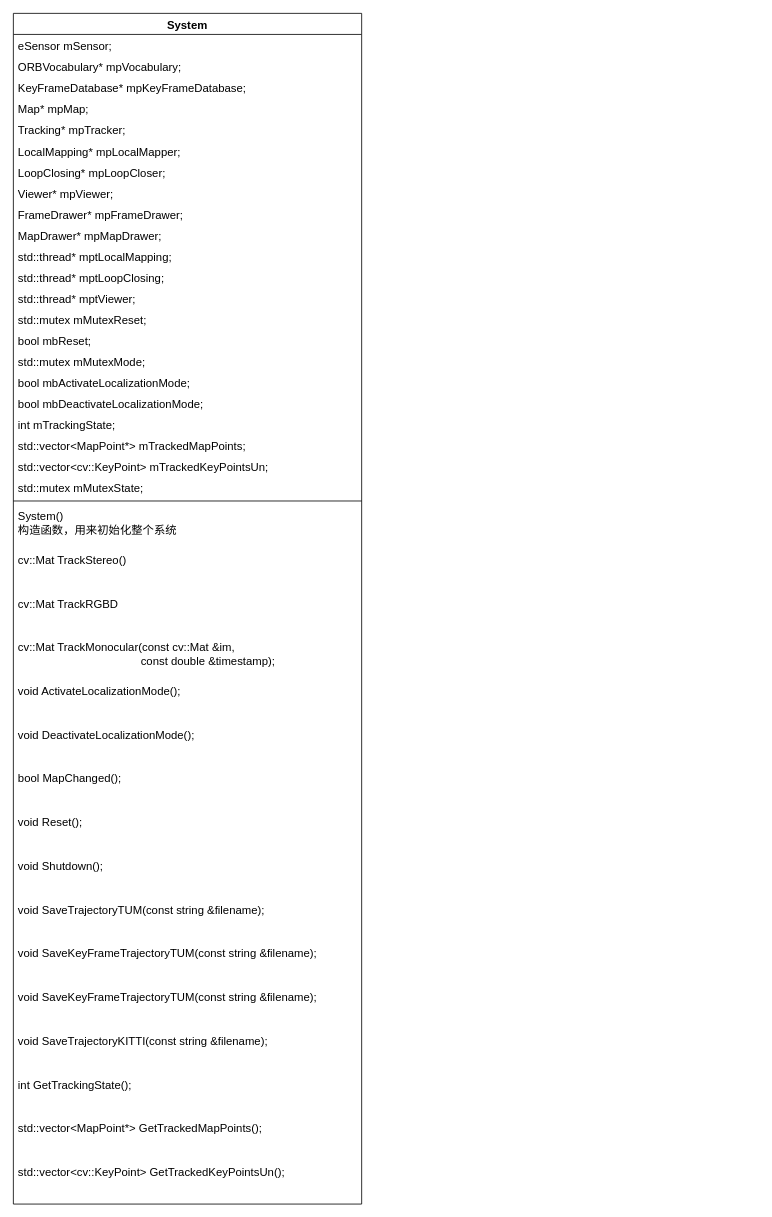
Above: page "类图" (2 of 3) of ORBSLAM2.drawio in liang-jinli/ORB_SLAM2_detailed_comments (draw.io), before the change. Source tidied: cells renumbered, new cells numbered last; positions are measured from the earlier drawing's top-left corner, leaving out a move shared by most shapes. Both pictures are drawn from the tidied source at 81%, with x=0, y=0 at pixel (13, 13).
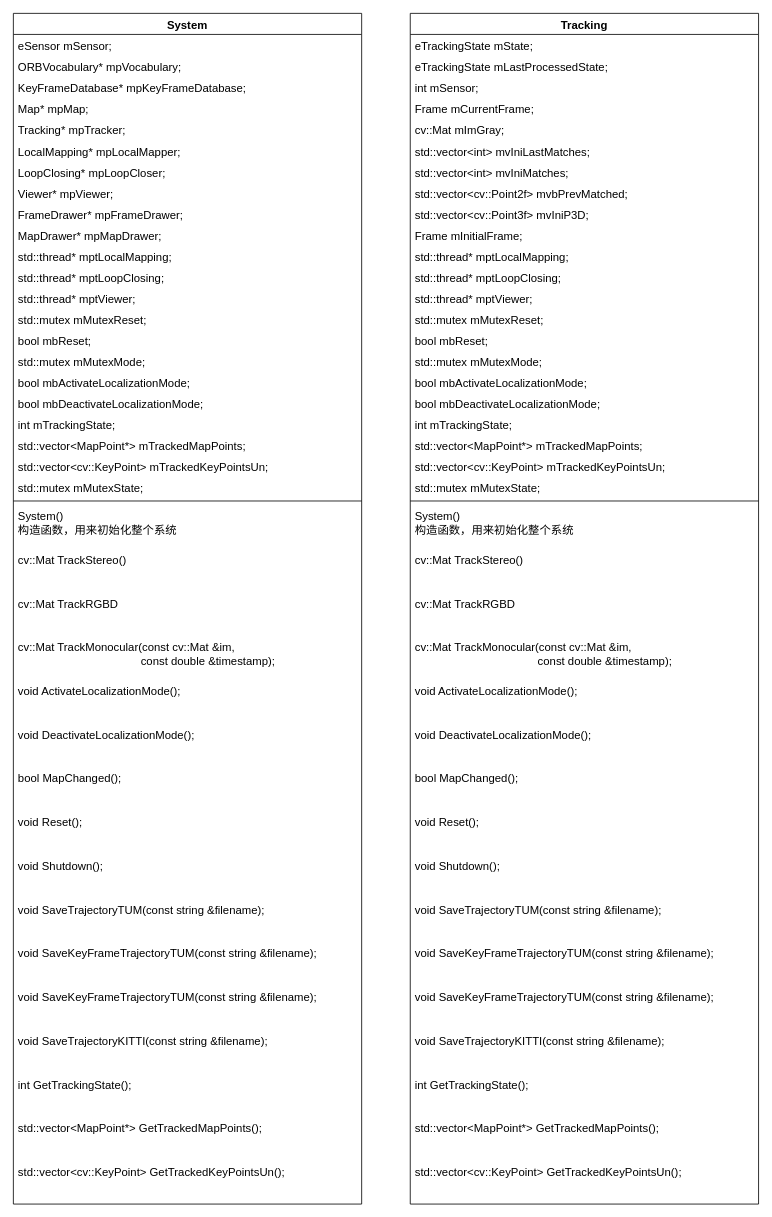
Above is the later version.

Commit message (it also covers changes not shown here):
study in Frame construct,include ORB

Change to the diagram source:
```diff
@@
+    <mxCell id="42" value="Tracking" style="swimlane;fontStyle=1;align=center;verticalAlign=top;horizontal=1;startSize=26;fontSize=14;" parent="1" vertex="1">
+      <mxGeometry x="490" width="430" height="1470" as="geometry" />
+    </mxCell>
+    <mxCell id="43" value="eTrackingState mState;" style="text;strokeColor=none;fillColor=none;align=left;verticalAlign=top;spacingLeft=4;spacingRight=4;overflow=hidden;fontSize=14;" parent="42" vertex="1">
+      <mxGeometry y="26" width="430" height="26" as="geometry" />
+    </mxCell>
+    <mxCell id="44" value="eTrackingState mLastProcessedState;" style="text;strokeColor=none;fillColor=none;align=left;verticalAlign=top;spacingLeft=4;spacingRight=4;overflow=hidden;fontSize=14;" parent="42" vertex="1">
+      <mxGeometry y="52" width="430" height="26" as="geometry" />
+    </mxCell>
+    <mxCell id="45" value="int mSensor;" style="text;strokeColor=none;fillColor=none;align=left;verticalAlign=top;spacingLeft=4;spacingRight=4;overflow=hidden;fontSize=14;" parent="42" vertex="1">
+      <mxGeometry y="78" width="430" height="26" as="geometry" />
+    </mxCell>
+    <mxCell id="46" value="Frame mCurrentFrame;" style="text;strokeColor=none;fillColor=none;align=left;verticalAlign=top;spacingLeft=4;spacingRight=4;overflow=hidden;fontSize=14;" parent="42" vertex="1">
+      <mxGeometry y="104" width="430" height="26" as="geometry" />
+    </mxCell>
+    <mxCell id="47" value="cv::Mat mImGray;" style="text;strokeColor=none;fillColor=none;align=left;verticalAlign=top;spacingLeft=4;spacingRight=4;overflow=hidden;fontSize=14;" parent="42" vertex="1">
+      <mxGeometry y="130" width="430" height="26" as="geometry" />
+    </mxCell>
+    <mxCell id="48" value="std::vector&lt;int&gt; mvIniLastMatches;" style="text;strokeColor=none;fillColor=none;align=left;verticalAlign=top;spacingLeft=4;spacingRight=4;overflow=hidden;fontSize=14;" parent="42" vertex="1">
+      <mxGeometry y="156" width="430" height="26" as="geometry" />
+    </mxCell>
+    <mxCell id="49" value="std::vector&lt;int&gt; mvIniMatches;" style="text;strokeColor=none;fillColor=none;align=left;verticalAlign=top;spacingLeft=4;spacingRight=4;overflow=hidden;fontSize=14;" parent="42" vertex="1">
+      <mxGeometry y="182" width="430" height="26" as="geometry" />
+    </mxCell>
+    <mxCell id="50" value="std::vector&lt;cv::Point2f&gt; mvbPrevMatched;" style="text;strokeColor=none;fillColor=none;align=left;verticalAlign=top;spacingLeft=4;spacingRight=4;overflow=hidden;fontSize=14;" parent="42" vertex="1">
+      <mxGeometry y="208" width="430" height="26" as="geometry" />
+    </mxCell>
+    <mxCell id="51" value="std::vector&lt;cv::Point3f&gt; mvIniP3D;" style="text;strokeColor=none;fillColor=none;align=left;verticalAlign=top;spacingLeft=4;spacingRight=4;overflow=hidden;fontSize=14;" parent="42" vertex="1">
+      <mxGeometry y="234" width="430" height="26" as="geometry" />
+    </mxCell>
+    <mxCell id="52" value="Frame mInitialFrame;" style="text;strokeColor=none;fillColor=none;align=left;verticalAlign=top;spacingLeft=4;spacingRight=4;overflow=hidden;fontSize=14;" parent="42" vertex="1">
+      <mxGeometry y="260" width="430" height="26" as="geometry" />
+    </mxCell>
+    <mxCell id="53" value="std::thread* mptLocalMapping;" style="text;strokeColor=none;fillColor=none;align=left;verticalAlign=top;spacingLeft=4;spacingRight=4;overflow=hidden;fontSize=14;" parent="42" vertex="1">
+      <mxGeometry y="286" width="430" height="26" as="geometry" />
+    </mxCell>
+    <mxCell id="54" value="std::thread* mptLoopClosing;" style="text;strokeColor=none;fillColor=none;align=left;verticalAlign=top;spacingLeft=4;spacingRight=4;overflow=hidden;fontSize=14;" parent="42" vertex="1">
+      <mxGeometry y="312" width="430" height="26" as="geometry" />
+    </mxCell>
+    <mxCell id="55" value="std::thread* mptViewer;" style="text;strokeColor=none;fillColor=none;align=left;verticalAlign=top;spacingLeft=4;spacingRight=4;overflow=hidden;fontSize=14;" parent="42" vertex="1">
+      <mxGeometry y="338" width="430" height="26" as="geometry" />
+    </mxCell>
+    <mxCell id="56" value="std::mutex mMutexReset;" style="text;strokeColor=none;fillColor=none;align=left;verticalAlign=top;spacingLeft=4;spacingRight=4;overflow=hidden;fontSize=14;" parent="42" vertex="1">
+      <mxGeometry y="364" width="430" height="26" as="geometry" />
+    </mxCell>
+    <mxCell id="57" value="bool mbReset;" style="text;strokeColor=none;fillColor=none;align=left;verticalAlign=top;spacingLeft=4;spacingRight=4;overflow=hidden;fontSize=14;" parent="42" vertex="1">
+      <mxGeometry y="390" width="430" height="26" as="geometry" />
+    </mxCell>
+    <mxCell id="58" value="std::mutex mMutexMode;" style="text;strokeColor=none;fillColor=none;align=left;verticalAlign=top;spacingLeft=4;spacingRight=4;overflow=hidden;fontSize=14;" parent="42" vertex="1">
+      <mxGeometry y="416" width="430" height="26" as="geometry" />
+    </mxCell>
+    <mxCell id="59" value="bool mbActivateLocalizationMode;" style="text;strokeColor=none;fillColor=none;align=left;verticalAlign=top;spacingLeft=4;spacingRight=4;overflow=hidden;fontSize=14;" parent="42" vertex="1">
+      <mxGeometry y="442" width="430" height="26" as="geometry" />
+    </mxCell>
+    <mxCell id="60" value="bool mbDeactivateLocalizationMode;&#10;" style="text;strokeColor=none;fillColor=none;align=left;verticalAlign=top;spacingLeft=4;spacingRight=4;overflow=hidden;fontSize=14;" parent="42" vertex="1">
+      <mxGeometry y="468" width="430" height="26" as="geometry" />
+    </mxCell>
+    <mxCell id="61" value="int mTrackingState;" style="text;strokeColor=none;fillColor=none;align=left;verticalAlign=top;spacingLeft=4;spacingRight=4;overflow=hidden;fontSize=14;" parent="42" vertex="1">
+      <mxGeometry y="494" width="430" height="26" as="geometry" />
+    </mxCell>
+    <mxCell id="62" value="std::vector&lt;MapPoint*&gt; mTrackedMapPoints;" style="text;strokeColor=none;fillColor=none;align=left;verticalAlign=top;spacingLeft=4;spacingRight=4;overflow=hidden;fontSize=14;" parent="42" vertex="1">
+      <mxGeometry y="520" width="430" height="26" as="geometry" />
+    </mxCell>
+    <mxCell id="63" value="std::vector&lt;cv::KeyPoint&gt; mTrackedKeyPointsUn;" style="text;strokeColor=none;fillColor=none;align=left;verticalAlign=top;spacingLeft=4;spacingRight=4;overflow=hidden;fontSize=14;" parent="42" vertex="1">
+      <mxGeometry y="546" width="430" height="26" as="geometry" />
+    </mxCell>
+    <mxCell id="64" value="std::mutex mMutexState;" style="text;strokeColor=none;fillColor=none;align=left;verticalAlign=top;spacingLeft=4;spacingRight=4;overflow=hidden;fontSize=14;" parent="42" vertex="1">
+      <mxGeometry y="572" width="430" height="26" as="geometry" />
+    </mxCell>
+    <mxCell id="65" style="line;strokeWidth=1;fillColor=none;align=left;verticalAlign=middle;spacingTop=-1;spacingLeft=3;spacingRight=3;labelPosition=right;fontSize=14;" parent="42" vertex="1">
+      <mxGeometry y="598" width="430" height="8" as="geometry" />
+    </mxCell>
+    <mxCell id="66" value="System()&#10;构造函数，用来初始化整个系统" style="text;strokeColor=none;fillColor=none;align=left;verticalAlign=top;spacingLeft=4;spacingRight=4;overflow=hidden;fontSize=14;" parent="42" vertex="1">
+      <mxGeometry y="606" width="430" height="54" as="geometry" />
+    </mxCell>
+    <mxCell id="67" value="cv::Mat TrackStereo()" style="text;strokeColor=none;fillColor=none;align=left;verticalAlign=top;spacingLeft=4;spacingRight=4;overflow=hidden;fontSize=14;" parent="42" vertex="1">
+      <mxGeometry y="660" width="430" height="54" as="geometry" />
+    </mxCell>
+    <mxCell id="68" value="cv::Mat TrackRGBD" style="text;strokeColor=none;fillColor=none;align=left;verticalAlign=top;spacingLeft=4;spacingRight=4;overflow=hidden;fontSize=14;" parent="42" vertex="1">
+      <mxGeometry y="714" width="430" height="54" as="geometry" />
+    </mxCell>
+    <mxCell id="69" value="cv::Mat TrackMonocular(const cv::Mat &amp;im, &#10;                                       const double &amp;timestamp); " style="text;strokeColor=none;fillColor=none;align=left;verticalAlign=top;spacingLeft=4;spacingRight=4;overflow=hidden;fontSize=14;" parent="42" vertex="1">
+      <mxGeometry y="768" width="430" height="54" as="geometry" />
+    </mxCell>
+    <mxCell id="70" value="void ActivateLocalizationMode();" style="text;strokeColor=none;fillColor=none;align=left;verticalAlign=top;spacingLeft=4;spacingRight=4;overflow=hidden;fontSize=14;" parent="42" vertex="1">
+      <mxGeometry y="822" width="430" height="54" as="geometry" />
+    </mxCell>
+    <mxCell id="71" value="void DeactivateLocalizationMode();" style="text;strokeColor=none;fillColor=none;align=left;verticalAlign=top;spacingLeft=4;spacingRight=4;overflow=hidden;fontSize=14;" parent="42" vertex="1">
+      <mxGeometry y="876" width="430" height="54" as="geometry" />
+    </mxCell>
+    <mxCell id="72" value="bool MapChanged();" style="text;strokeColor=none;fillColor=none;align=left;verticalAlign=top;spacingLeft=4;spacingRight=4;overflow=hidden;fontSize=14;" parent="42" vertex="1">
+      <mxGeometry y="930" width="430" height="54" as="geometry" />
+    </mxCell>
+    <mxCell id="73" value="void Reset();" style="text;strokeColor=none;fillColor=none;align=left;verticalAlign=top;spacingLeft=4;spacingRight=4;overflow=hidden;fontSize=14;" parent="42" vertex="1">
+      <mxGeometry y="984" width="430" height="54" as="geometry" />
+    </mxCell>
+    <mxCell id="74" value=" void Shutdown();" style="text;strokeColor=none;fillColor=none;align=left;verticalAlign=top;spacingLeft=4;spacingRight=4;overflow=hidden;fontSize=14;" parent="42" vertex="1">
+      <mxGeometry y="1038" width="430" height="54" as="geometry" />
+    </mxCell>
+    <mxCell id="75" value="void SaveTrajectoryTUM(const string &amp;filename);" style="text;strokeColor=none;fillColor=none;align=left;verticalAlign=top;spacingLeft=4;spacingRight=4;overflow=hidden;fontSize=14;" parent="42" vertex="1">
+      <mxGeometry y="1092" width="430" height="54" as="geometry" />
+    </mxCell>
+    <mxCell id="76" value="void SaveKeyFrameTrajectoryTUM(const string &amp;filename);" style="text;strokeColor=none;fillColor=none;align=left;verticalAlign=top;spacingLeft=4;spacingRight=4;overflow=hidden;fontSize=14;" parent="42" vertex="1">
+      <mxGeometry y="1146" width="430" height="54" as="geometry" />
+    </mxCell>
+    <mxCell id="77" value="void SaveKeyFrameTrajectoryTUM(const string &amp;filename);" style="text;strokeColor=none;fillColor=none;align=left;verticalAlign=top;spacingLeft=4;spacingRight=4;overflow=hidden;fontSize=14;" parent="42" vertex="1">
+      <mxGeometry y="1200" width="430" height="54" as="geometry" />
+    </mxCell>
+    <mxCell id="78" value="void SaveTrajectoryKITTI(const string &amp;filename);" style="text;strokeColor=none;fillColor=none;align=left;verticalAlign=top;spacingLeft=4;spacingRight=4;overflow=hidden;fontSize=14;" parent="42" vertex="1">
+      <mxGeometry y="1254" width="430" height="54" as="geometry" />
+    </mxCell>
+    <mxCell id="79" value="int GetTrackingState();" style="text;strokeColor=none;fillColor=none;align=left;verticalAlign=top;spacingLeft=4;spacingRight=4;overflow=hidden;fontSize=14;" parent="42" vertex="1">
+      <mxGeometry y="1308" width="430" height="54" as="geometry" />
+    </mxCell>
+    <mxCell id="80" value="std::vector&lt;MapPoint*&gt; GetTrackedMapPoints();" style="text;strokeColor=none;fillColor=none;align=left;verticalAlign=top;spacingLeft=4;spacingRight=4;overflow=hidden;fontSize=14;" parent="42" vertex="1">
+      <mxGeometry y="1362" width="430" height="54" as="geometry" />
+    </mxCell>
+    <mxCell id="81" value="std::vector&lt;cv::KeyPoint&gt; GetTrackedKeyPointsUn();" style="text;strokeColor=none;fillColor=none;align=left;verticalAlign=top;spacingLeft=4;spacingRight=4;overflow=hidden;fontSize=14;" parent="42" vertex="1">
+      <mxGeometry y="1416" width="430" height="54" as="geometry" />
+    </mxCell>
```
